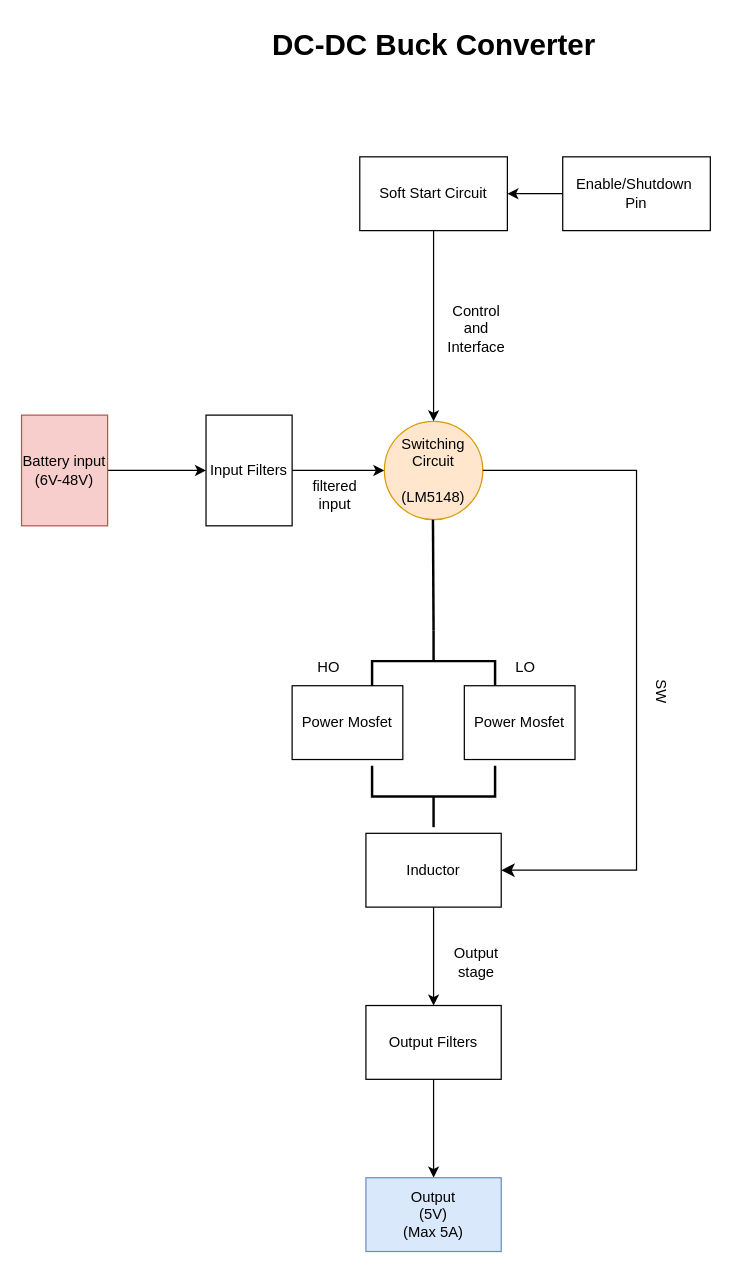
Before: Flowcharts/BUCK.drawio in BoltzRnD/2-12S-Buck-Converter, a draw.io diagram. Source tidied: cells renumbered, new cells numbered last; positions are measured from the earlier drawing's top-left corner, leaving out a move shared by most shapes. Both pictures are drawn from the tidied source at 123%, with x=0, y=0 at pixel (21, 21).
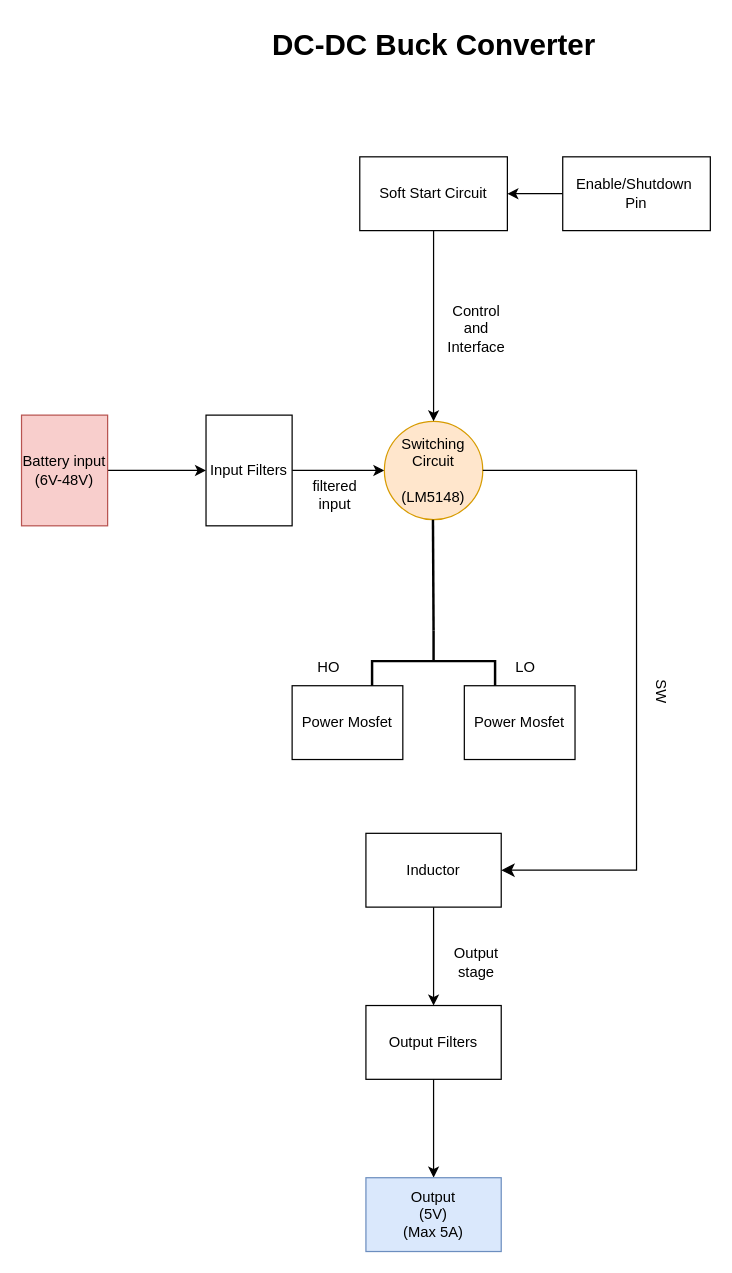
Above is the later version.

Change to the diagram source:
```diff
@@
-    <mxCell id="11" style="strokeWidth=2;html=1;shape=mxgraph.flowchart.annotation_2;align=left;labelPosition=right;rotation=-90;" parent="1" vertex="1">
-      <mxGeometry x="310" y="580" width="50" height="100" as="geometry" />
-    </mxCell>
```
